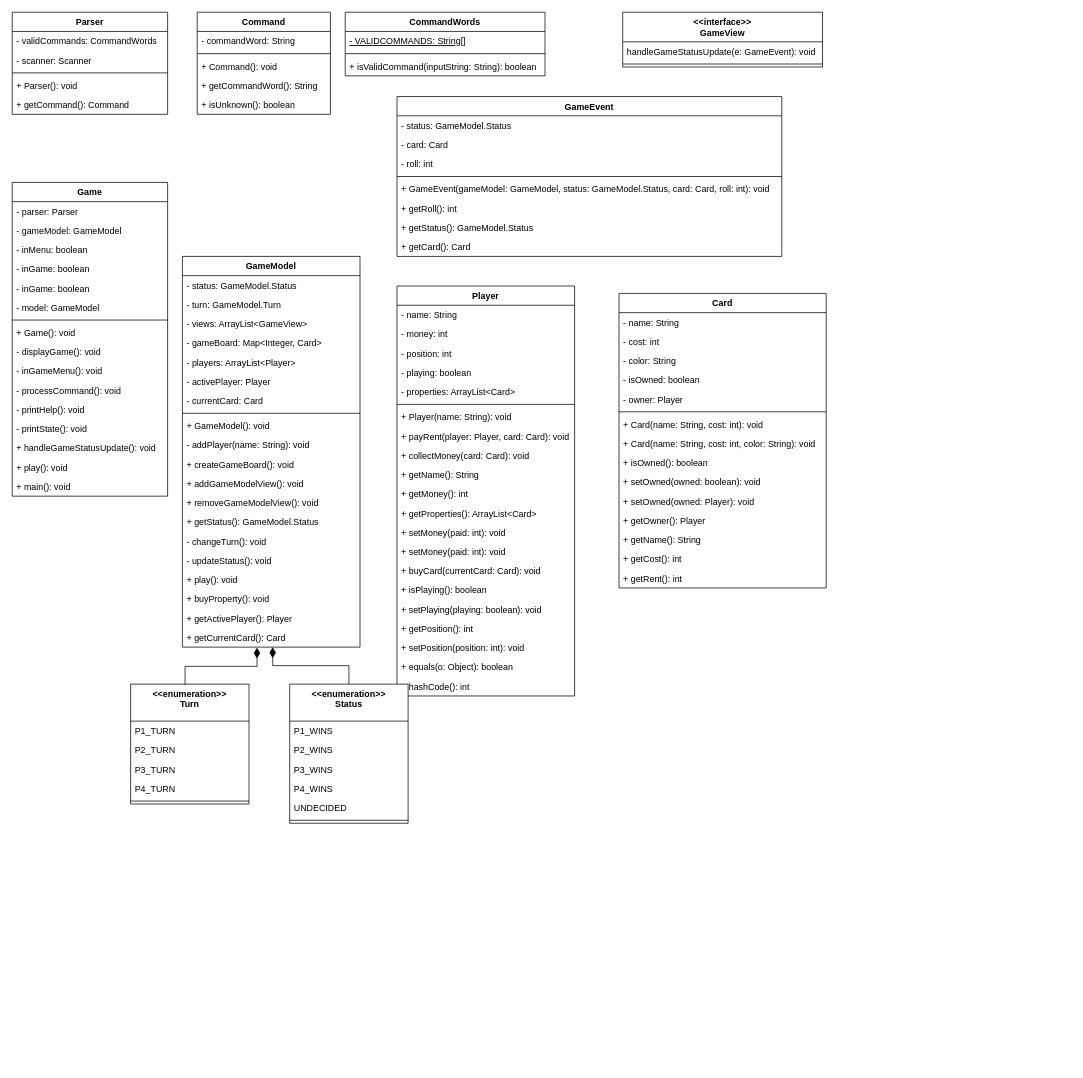
koookee/monopoly keeps this draw.io diagram as SYSC3110-milestone1-UML.drawio. Above is the earlier version. Source tidied: cells renumbered, new cells numbered last; positions are measured from the earlier drawing's top-left corner, leaving out a move shared by most shapes. Both pictures are drawn from the tidied source at 74%, with x=0, y=0 at pixel (12, 12).
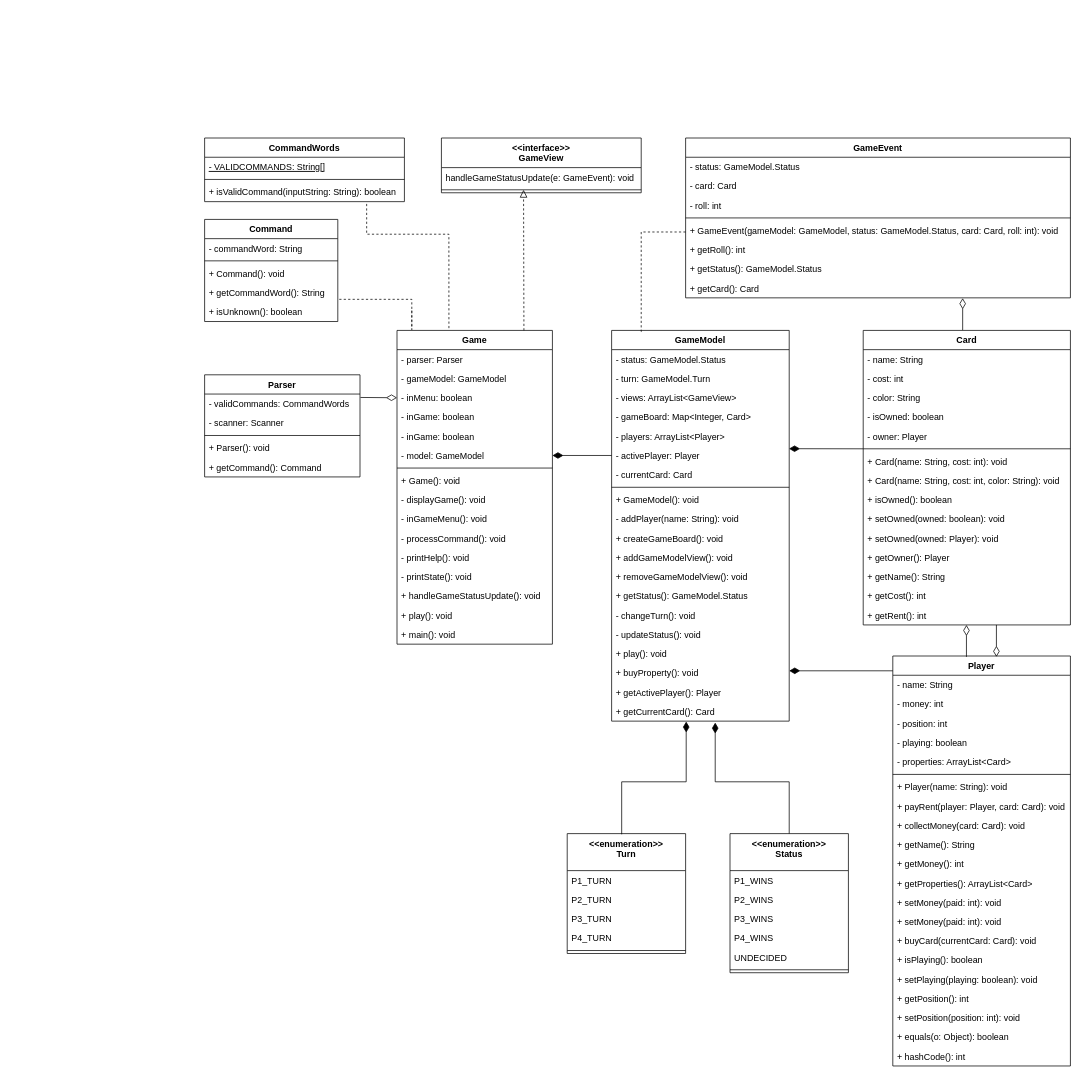
Above is the later version.

The change refers to these unchanged cells:
```xml
<mxCell id="5" value="- inMenu: boolean&#10;&#10;" style="text;strokeColor=none;fillColor=none;align=left;verticalAlign=top;spacingLeft=4;spacingRight=4;overflow=hidden;points=[[0,0.5],[1,0.5]];portConstraint=eastwest;" parent="2" vertex="1">
  <mxGeometry y="78" width="210" height="26" as="geometry" />
</mxCell>
<mxCell id="8" value="- model: GameModel&#10;&#10;" style="text;strokeColor=none;fillColor=none;align=left;verticalAlign=top;spacingLeft=4;spacingRight=4;overflow=hidden;points=[[0,0.5],[1,0.5]];portConstraint=eastwest;" parent="2" vertex="1">
  <mxGeometry y="156" width="210" height="26" as="geometry" />
</mxCell>
<mxCell id="24" value="+ GameEvent(gameModel: GameModel, status: GameModel.Status, card: Card, roll: int): void" style="text;strokeColor=none;fillColor=none;align=left;verticalAlign=top;spacingLeft=4;spacingRight=4;overflow=hidden;points=[[0,0.5],[1,0.5]];portConstraint=eastwest;" parent="19" vertex="1">
  <mxGeometry y="112" width="520" height="26" as="geometry" />
</mxCell>
<mxCell id="27" value="+ getCard(): Card" style="text;strokeColor=none;fillColor=none;align=left;verticalAlign=top;spacingLeft=4;spacingRight=4;overflow=hidden;points=[[0,0.5],[1,0.5]];portConstraint=eastwest;" parent="19" vertex="1">
  <mxGeometry y="190" width="520" height="26" as="geometry" />
</mxCell>
<mxCell id="29" value="- validCommands: CommandWords" style="text;strokeColor=none;fillColor=none;align=left;verticalAlign=top;spacingLeft=4;spacingRight=4;overflow=hidden;points=[[0,0.5],[1,0.5]];portConstraint=eastwest;" parent="28" vertex="1">
  <mxGeometry y="26" width="210" height="26" as="geometry" />
</mxCell>
<mxCell id="60" value="+ getCommandWord(): String" style="text;strokeColor=none;fillColor=none;align=left;verticalAlign=top;spacingLeft=4;spacingRight=4;overflow=hidden;points=[[0,0.5],[1,0.5]];portConstraint=eastwest;" parent="56" vertex="1">
  <mxGeometry y="86" width="180" height="26" as="geometry" />
</mxCell>
<mxCell id="68" value="- activePlayer: Player" style="text;strokeColor=none;fillColor=none;align=left;verticalAlign=top;spacingLeft=4;spacingRight=4;overflow=hidden;points=[[0,0.5],[1,0.5]];portConstraint=eastwest;" parent="62" vertex="1">
  <mxGeometry y="156" width="240" height="26" as="geometry" />
</mxCell>
<mxCell id="82" value="+ getCurrentCard(): Card" style="text;strokeColor=none;fillColor=none;align=left;verticalAlign=top;spacingLeft=4;spacingRight=4;overflow=hidden;points=[[0,0.5],[1,0.5]];portConstraint=eastwest;" parent="62" vertex="1">
  <mxGeometry y="502" width="240" height="26" as="geometry" />
</mxCell>
<mxCell id="102" value="+ isValidCommand(inputString: String): boolean" style="text;strokeColor=none;fillColor=none;align=left;verticalAlign=top;spacingLeft=4;spacingRight=4;overflow=hidden;points=[[0,0.5],[1,0.5]];portConstraint=eastwest;" parent="99" vertex="1">
  <mxGeometry y="60" width="270" height="26" as="geometry" />
</mxCell>
```

Diff of the diagram source:
```diff
@@
     <mxCell id="2" value="Game" style="swimlane;fontStyle=1;align=center;verticalAlign=top;horizontal=1;startSize=26;" parent="1" vertex="1">
-      <mxGeometry y="230" width="210" height="424" as="geometry" />
+      <mxGeometry x="520" y="430" width="210" height="424" as="geometry" />
     </mxCell>
@@
     <mxCell id="19" value="GameEvent" style="swimlane;fontStyle=1;align=center;verticalAlign=top;horizontal=1;startSize=26;" parent="1" vertex="1">
-      <mxGeometry x="520" y="114" width="520" height="216" as="geometry" />
+      <mxGeometry x="910" y="170" width="520" height="216" as="geometry" />
     </mxCell>
@@
     <mxCell id="28" value="Parser" style="swimlane;fontStyle=1;align=center;verticalAlign=top;horizontal=1;startSize=26;" parent="1" vertex="1">
-      <mxGeometry width="210" height="138" as="geometry" />
+      <mxGeometry x="260" y="490" width="210" height="138" as="geometry" />
     </mxCell>
@@
     <mxCell id="34" value="Player" style="swimlane;fontStyle=1;align=center;verticalAlign=top;horizontal=1;startSize=26;" parent="1" vertex="1">
-      <mxGeometry x="520" y="370" width="240" height="554" as="geometry" />
+      <mxGeometry x="1190" y="870" width="240" height="554" as="geometry" />
     </mxCell>
@@
     <mxCell id="56" value="Command" style="swimlane;fontStyle=1;align=center;verticalAlign=top;horizontal=1;startSize=26;" parent="1" vertex="1">
-      <mxGeometry x="250" width="180" height="138" as="geometry" />
+      <mxGeometry x="260" y="280" width="180" height="138" as="geometry" />
     </mxCell>
@@
     <mxCell id="62" value="GameModel" style="swimlane;fontStyle=1;align=center;verticalAlign=top;horizontal=1;startSize=26;" parent="1" vertex="1">
-      <mxGeometry x="230" y="330" width="240" height="528" as="geometry" />
+      <mxGeometry x="810" y="430" width="240" height="528" as="geometry" />
     </mxCell>
@@
     <mxCell id="83" value="Card" style="swimlane;fontStyle=1;align=center;verticalAlign=top;horizontal=1;startSize=26;" parent="1" vertex="1">
-      <mxGeometry x="820" y="380" width="280" height="398" as="geometry" />
+      <mxGeometry x="1150" y="430" width="280" height="398" as="geometry" />
     </mxCell>
@@
     <mxCell id="99" value="CommandWords" style="swimlane;fontStyle=1;align=center;verticalAlign=top;horizontal=1;startSize=26;" parent="1" vertex="1">
-      <mxGeometry x="450" width="270" height="86" as="geometry" />
+      <mxGeometry x="260" y="170" width="270" height="86" as="geometry" />
     </mxCell>
@@
     <mxCell id="103" value="&lt;&lt;enumeration&gt;&gt;&#10;Status&#10;" style="swimlane;fontStyle=1;align=center;verticalAlign=top;horizontal=1;startSize=50;" parent="1" vertex="1">
-      <mxGeometry x="375" y="908" width="160" height="188" as="geometry" />
+      <mxGeometry x="970" y="1110" width="160" height="188" as="geometry" />
     </mxCell>
@@
     <mxCell id="110" value="&lt;&lt;enumeration&gt;&gt;&#10;Turn&#10;" style="swimlane;fontStyle=1;align=center;verticalAlign=top;horizontal=1;startSize=50;" parent="1" vertex="1">
-      <mxGeometry x="160" y="908" width="160" height="162" as="geometry" />
+      <mxGeometry x="750" y="1110" width="160" height="162" as="geometry" />
     </mxCell>
@@
     <mxCell id="116" style="endArrow=diamondThin;html=1;rounded=0;edgeStyle=elbowEdgeStyle;endFill=1;startSize=6;endSize=12;elbow=vertical;exitX=0.46;exitY=0.006;exitDx=0;exitDy=0;exitPerimeter=0;entryX=0.42;entryY=1.022;entryDx=0;entryDy=0;entryPerimeter=0;" parent="1" edge="1" source="110" target="82">
-      <mxGeometry relative="1" as="geometry" />
+      <mxGeometry relative="1" as="geometry">
+        <Array as="points">
+          <mxPoint x="860" y="1040" />
+        </Array>
+      </mxGeometry>
     </mxCell>
-    <mxCell id="117" style="endArrow=diamondThin;html=1;rounded=0;edgeStyle=elbowEdgeStyle;endFill=1;startSize=6;endSize=12;elbow=vertical;entryX=0.42;entryY=1.022;entryDx=0;entryDy=0;entryPerimeter=0;exitX=0.5;exitY=0;exitDx=0;exitDy=0;" parent="1" edge="1" source="103">
+    <mxCell id="117" style="endArrow=diamondThin;html=1;rounded=0;edgeStyle=elbowEdgeStyle;endFill=1;startSize=6;endSize=12;elbow=vertical;exitX=0.5;exitY=0;exitDx=0;exitDy=0;" parent="1" edge="1" source="103">
       <mxGeometry relative="1" as="geometry">
-        <mxPoint x="352" y="858" as="targetPoint" />
+        <mxPoint x="950" y="960" as="targetPoint" />
+        <Array as="points">
+          <mxPoint x="1030" y="1040" />
+          <mxPoint x="800" y="1080" />
+          <mxPoint x="632" y="890" />
+        </Array>
       </mxGeometry>
     </mxCell>
     <mxCell id="118" value="&lt;&lt;interface&gt;&gt;&#10;GameView&#10;" style="swimlane;fontStyle=1;align=center;verticalAlign=top;horizontal=1;startSize=40;" parent="1" vertex="1">
-      <mxGeometry x="825" width="270" height="74" as="geometry" />
+      <mxGeometry x="580" y="170" width="270" height="74" as="geometry" />
     </mxCell>
@@
+    <mxCell id="121" style="html=1;verticalAlign=bottom;endArrow=block;dashed=1;endSize=8;rounded=0;endFill=0;exitX=0.626;exitY=0;exitDx=0;exitDy=0;exitPerimeter=0;" parent="1" edge="1">
+      <mxGeometry relative="1" as="geometry">
+        <mxPoint x="691.5" y="430" as="sourcePoint" />
+        <mxPoint x="691" y="240" as="targetPoint" />
+      </mxGeometry>
+    </mxCell>
+    <mxCell id="122" style="endArrow=diamondThin;html=1;rounded=0;endFill=1;startSize=6;endSize=12;elbow=vertical;exitX=0;exitY=0.5;exitDx=0;exitDy=0;entryX=1;entryY=0.5;entryDx=0;entryDy=0;" parent="1" edge="1" source="68" target="8">
+      <mxGeometry relative="1" as="geometry" />
+    </mxCell>
+    <mxCell id="123" style="endArrow=diamondThin;html=1;rounded=0;endFill=0;startSize=6;endSize=12;elbow=vertical;entryX=0;entryY=0.5;entryDx=0;entryDy=0;exitX=1.003;exitY=0.177;exitDx=0;exitDy=0;exitPerimeter=0;" parent="1" edge="1" source="29" target="5">
+      <mxGeometry relative="1" as="geometry" />
+    </mxCell>
+    <mxCell id="124" style="endArrow=none;dashed=1;html=1;rounded=0;edgeStyle=orthogonalEdgeStyle;exitX=1.011;exitY=0.846;exitDx=0;exitDy=0;exitPerimeter=0;" parent="1" edge="1" source="60">
+      <mxGeometry relative="1" as="geometry">
+        <mxPoint x="540" y="400" as="targetPoint" />
+        <Array as="points">
+          <mxPoint x="540" y="388" />
+          <mxPoint x="540" y="429" />
+        </Array>
+      </mxGeometry>
+    </mxCell>
+    <mxCell id="125" style="endArrow=none;dashed=1;html=1;rounded=0;edgeStyle=orthogonalEdgeStyle;entryX=0.334;entryY=-0.003;entryDx=0;entryDy=0;entryPerimeter=0;exitX=0.811;exitY=1.118;exitDx=0;exitDy=0;exitPerimeter=0;" parent="1" edge="1" source="102" target="2">
+      <mxGeometry relative="1" as="geometry">
+        <Array as="points">
+          <mxPoint x="479" y="300" />
+          <mxPoint x="590" y="300" />
+        </Array>
+      </mxGeometry>
+    </mxCell>
+    <mxCell id="126" style="endArrow=diamondThin;html=1;rounded=0;endFill=1;startSize=6;endSize=12;elbow=vertical;exitX=0;exitY=0.5;exitDx=0;exitDy=0;entryX=0.999;entryY=0.148;entryDx=0;entryDy=0;entryPerimeter=0;" parent="1" edge="1" target="68">
+      <mxGeometry relative="1" as="geometry">
+        <mxPoint x="1150" y="590" as="sourcePoint" />
+      </mxGeometry>
+    </mxCell>
+    <mxCell id="127" style="endArrow=diamondThin;html=1;rounded=0;endFill=1;startSize=6;endSize=12;elbow=vertical;exitX=0;exitY=0.5;exitDx=0;exitDy=0;" parent="1" edge="1">
+      <mxGeometry relative="1" as="geometry">
+        <mxPoint x="1190" y="890" as="sourcePoint" />
+        <mxPoint x="1050" y="890" as="targetPoint" />
+      </mxGeometry>
+    </mxCell>
+    <mxCell id="128" style="endArrow=diamondThin;html=1;rounded=0;endFill=0;startSize=6;endSize=12;elbow=vertical;exitX=0.48;exitY=-0.001;exitDx=0;exitDy=0;exitPerimeter=0;entryX=0.72;entryY=1.016;entryDx=0;entryDy=0;entryPerimeter=0;" parent="1" edge="1" source="83" target="27">
+      <mxGeometry relative="1" as="geometry" />
+    </mxCell>
+    <mxCell id="129" style="endArrow=none;dashed=1;html=1;rounded=0;edgeStyle=orthogonalEdgeStyle;entryX=0.178;entryY=0.003;entryDx=0;entryDy=0;entryPerimeter=0;exitX=0;exitY=0.577;exitDx=0;exitDy=0;exitPerimeter=0;" parent="1" edge="1" source="24" target="62">
+      <mxGeometry relative="1" as="geometry">
+        <Array as="points">
+          <mxPoint x="850" y="297" />
+          <mxPoint x="850" y="432" />
+        </Array>
+      </mxGeometry>
+    </mxCell>
+    <mxCell id="130" style="endArrow=diamondThin;html=1;rounded=0;endFill=0;startSize=6;endSize=12;elbow=vertical;exitX=0.48;exitY=-0.001;exitDx=0;exitDy=0;exitPerimeter=0;entryX=0.72;entryY=1.016;entryDx=0;entryDy=0;entryPerimeter=0;" parent="1" edge="1">
+      <mxGeometry relative="1" as="geometry">
+        <mxPoint x="1289.5" y="871.2" as="sourcePoint" />
+        <mxPoint x="1289.5" y="828" as="targetPoint" />
+      </mxGeometry>
+    </mxCell>
+    <mxCell id="131" style="endArrow=none;html=1;rounded=0;endFill=0;startSize=12;endSize=12;elbow=vertical;exitX=0.48;exitY=-0.001;exitDx=0;exitDy=0;exitPerimeter=0;entryX=0.72;entryY=1.016;entryDx=0;entryDy=0;entryPerimeter=0;startArrow=diamondThin;startFill=0;" parent="1" edge="1">
+      <mxGeometry relative="1" as="geometry">
+        <mxPoint x="1330" y="871.2" as="sourcePoint" />
+        <mxPoint x="1330" y="828" as="targetPoint" />
+      </mxGeometry>
+    </mxCell>
```
